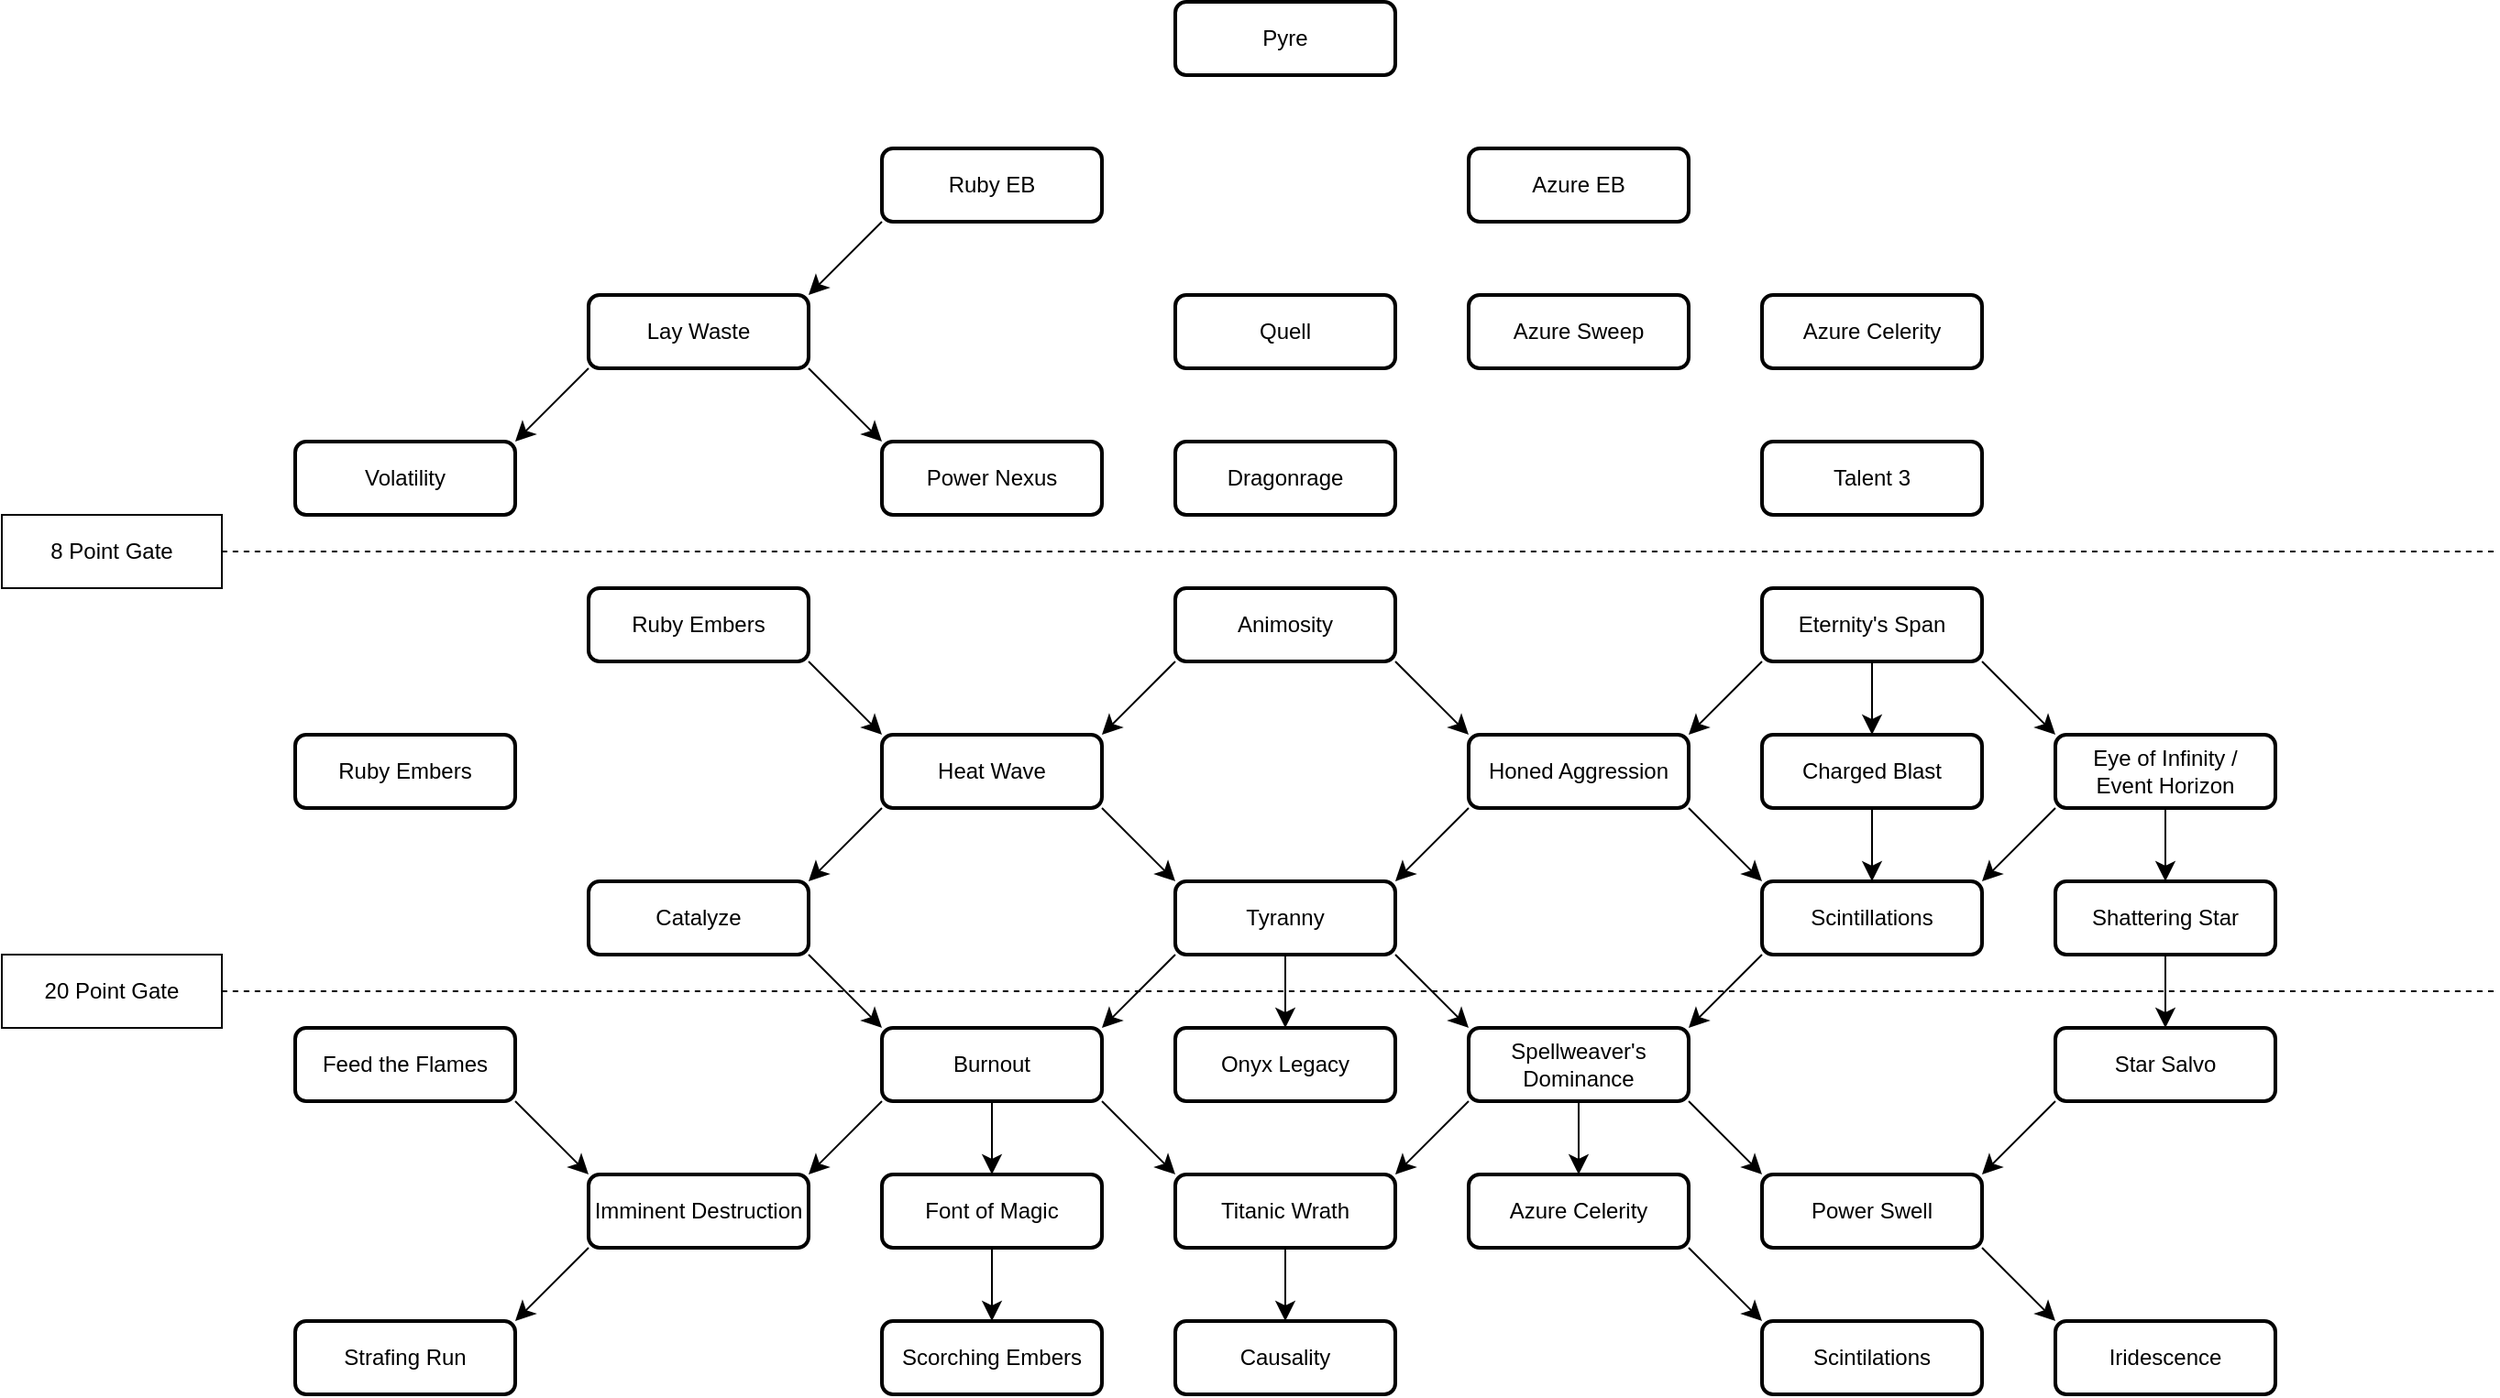
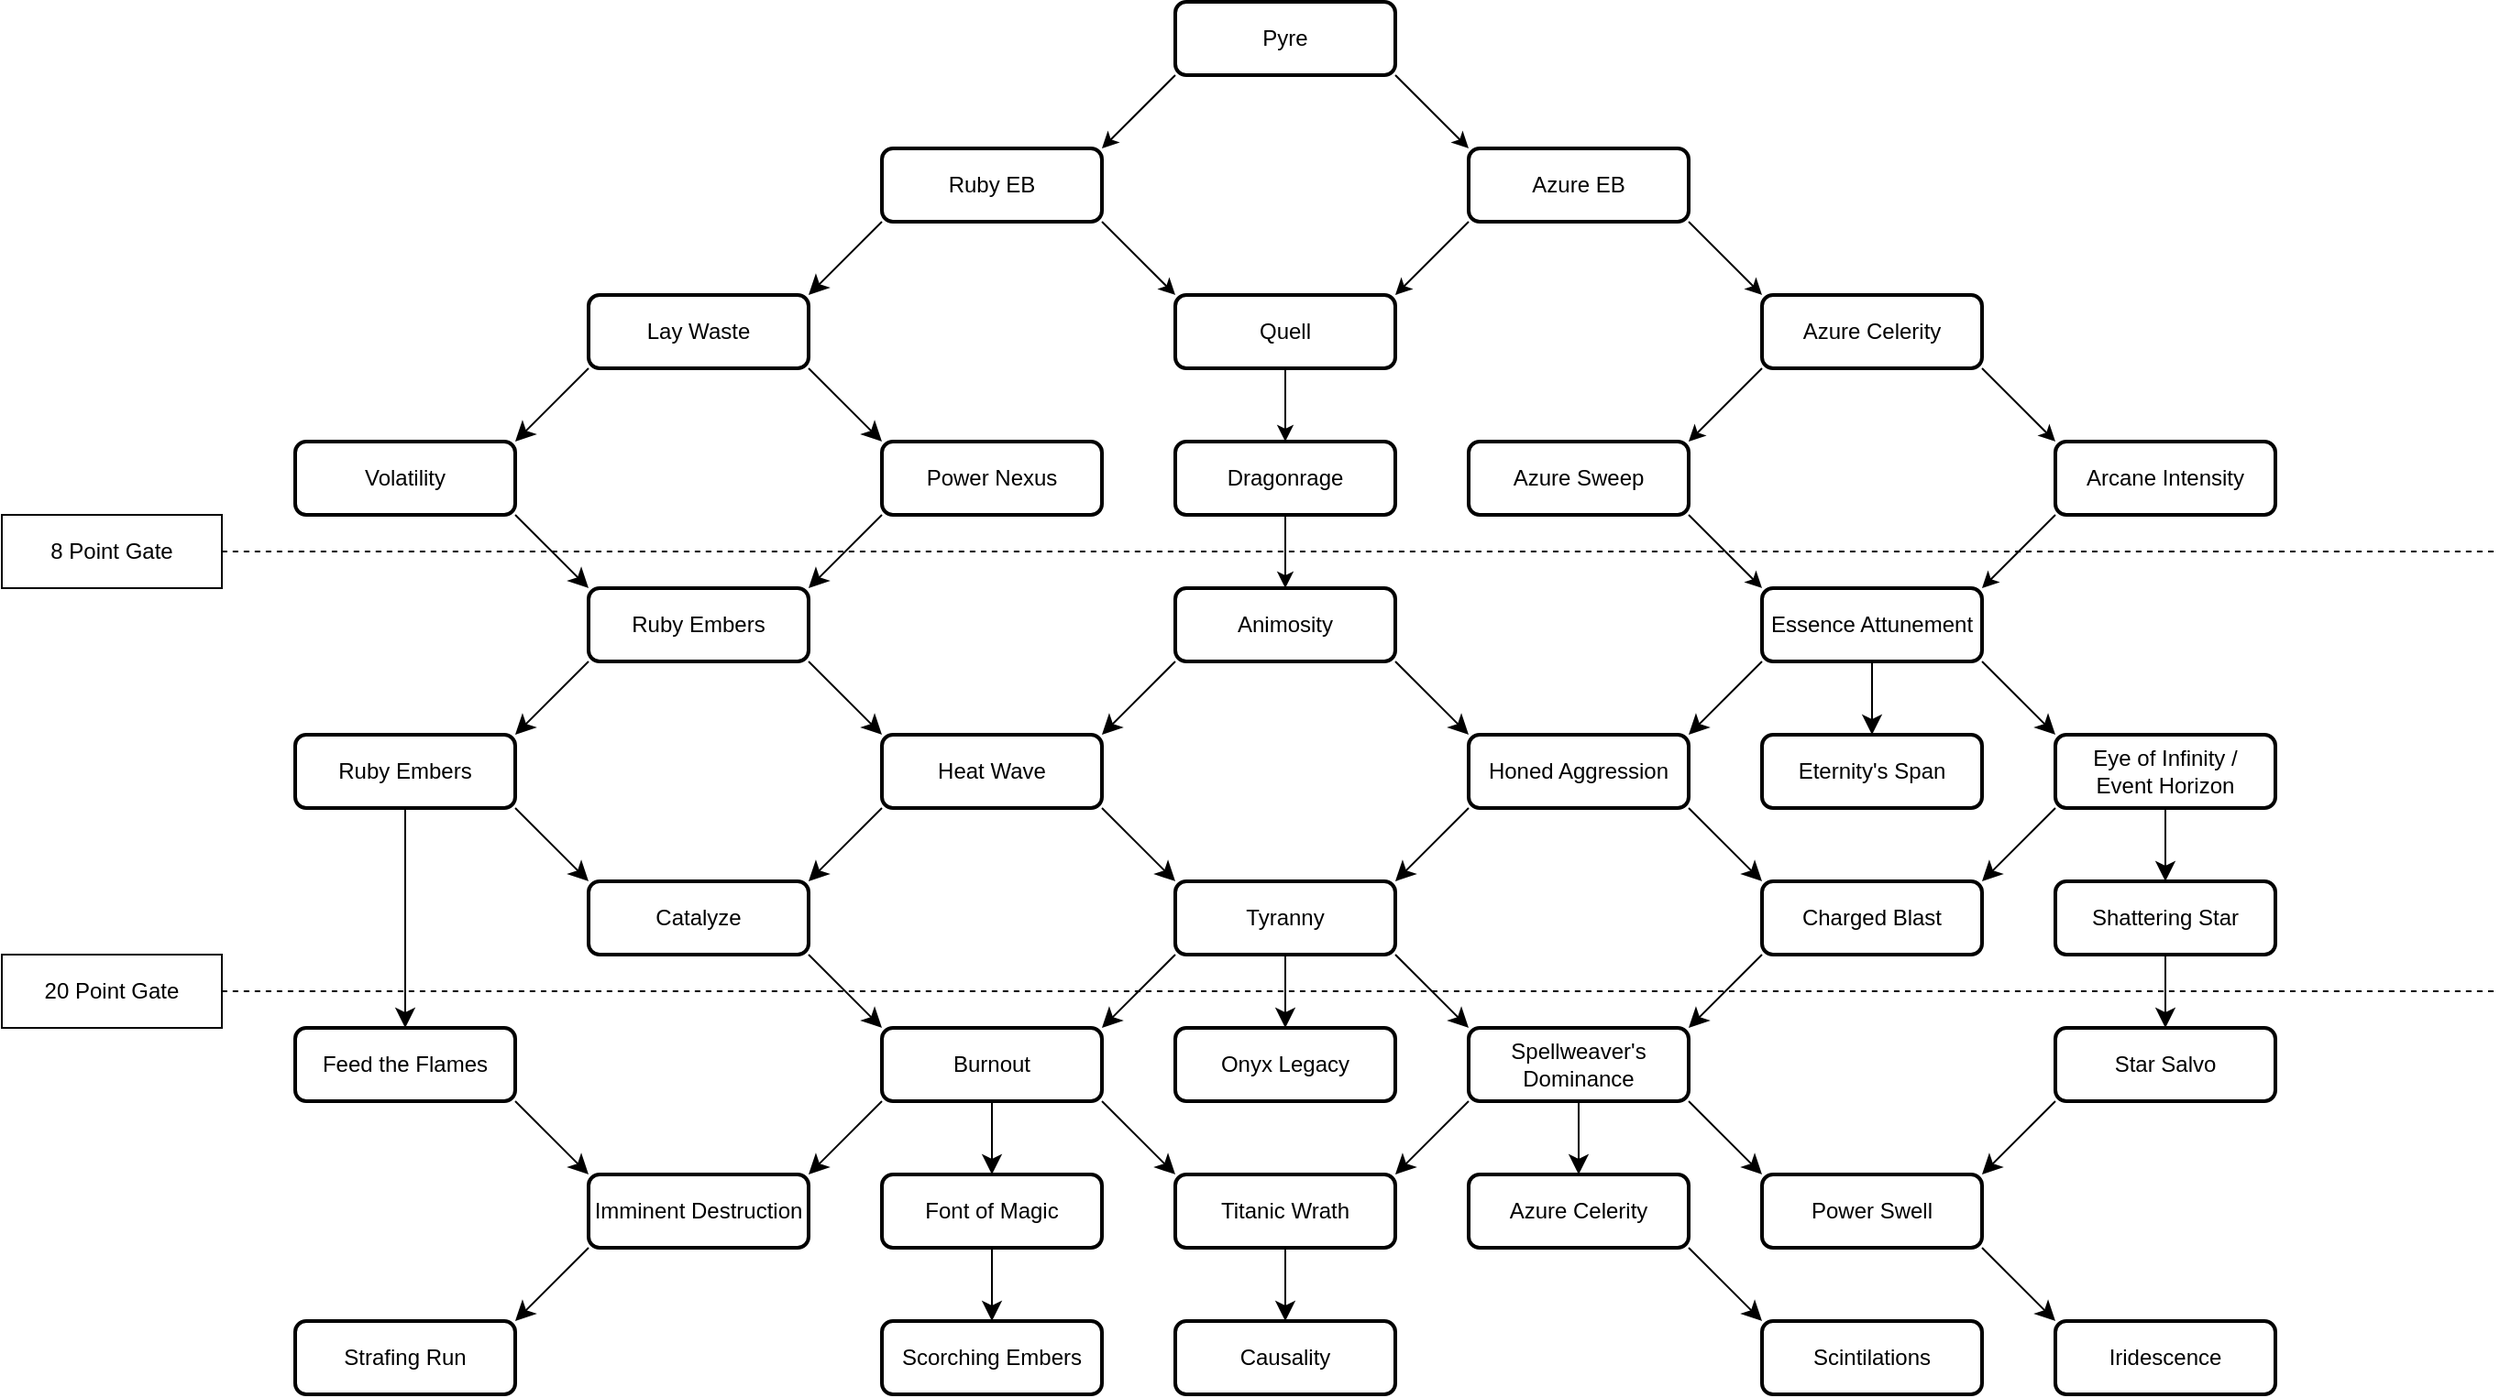
<mxfile host="app.diagrams.net" agent="Mozilla/5.0 (Windows NT 10.0; Win64; x64) AppleWebKit/537.36 (KHTML, like Gecko) Chrome/140.0.0.0 Safari/537.36 OPR/124.0.0.0">
  <diagram name="Page-1" id="hOetuab5Neo2MUPY-Vw1">
-     <mxGraphModel dx="1772" dy="763" grid="0" gridSize="10" guides="1" tooltips="1" connect="1" arrows="1" fold="1" page="0" pageScale="1" pageWidth="850" pageHeight="1100" background="none" math="0" shadow="0">
+     <mxGraphModel dx="1844" dy="803" grid="0" gridSize="10" guides="1" tooltips="1" connect="1" arrows="1" fold="1" page="0" pageScale="1" pageWidth="850" pageHeight="1100" background="none" math="0" shadow="0">
      <root>
        <mxCell id="0" />
        <mxCell id="1" parent="0" />
+         <mxCell id="OIwntdkwLblrr2rhOdX1-7" edge="1" parent="1" source="0f6FQbk-GcDdoWLRAv9r-2" style="rounded=0;orthogonalLoop=1;jettySize=auto;html=1;exitX=1;exitY=1;exitDx=0;exitDy=0;entryX=0;entryY=0;entryDx=0;entryDy=0;" target="0f6FQbk-GcDdoWLRAv9r-29">
+           <mxGeometry relative="1" as="geometry" />
+         </mxCell>
        <mxCell id="0f6FQbk-GcDdoWLRAv9r-2" parent="1" style="rounded=1;whiteSpace=wrap;html=1;strokeColor=light-dark(#000000,#0000FF);strokeWidth=2;" value="Pyre" vertex="1">
          <mxGeometry height="40" width="120" x="320" y="40" as="geometry" />
        </mxCell>
+         <mxCell id="OIwntdkwLblrr2rhOdX1-9" edge="1" parent="1" source="0f6FQbk-GcDdoWLRAv9r-3" style="rounded=0;orthogonalLoop=1;jettySize=auto;html=1;exitX=1;exitY=1;exitDx=0;exitDy=0;entryX=0;entryY=0;entryDx=0;entryDy=0;" target="0f6FQbk-GcDdoWLRAv9r-21">
+           <mxGeometry relative="1" as="geometry" />
+         </mxCell>
        <mxCell id="0f6FQbk-GcDdoWLRAv9r-3" parent="1" style="rounded=1;whiteSpace=wrap;html=1;strokeWidth=2;strokeColor=light-dark(#000000,#000099);" value="Ruby EB" vertex="1">
          <mxGeometry height="40" width="120" x="160" y="120" as="geometry" />
        </mxCell>
        <mxCell id="0f6FQbk-GcDdoWLRAv9r-44" edge="1" parent="1" style="edgeStyle=none;curved=1;rounded=1;orthogonalLoop=1;jettySize=auto;html=1;exitX=1;exitY=1;exitDx=0;exitDy=0;entryX=0;entryY=0;entryDx=0;entryDy=0;fontSize=12;startSize=8;endSize=8;">
          <mxGeometry relative="1" as="geometry">
            <mxPoint x="440" y="560" as="sourcePoint" />
            <mxPoint x="480" y="600" as="targetPoint" />
          </mxGeometry>
        </mxCell>
        <mxCell id="0f6FQbk-GcDdoWLRAv9r-47" edge="1" parent="1" style="edgeStyle=none;curved=1;rounded=1;orthogonalLoop=1;jettySize=auto;html=1;exitX=0;exitY=1;exitDx=0;exitDy=0;entryX=1;entryY=0;entryDx=0;entryDy=0;fontSize=12;startSize=8;endSize=8;">
          <mxGeometry relative="1" as="geometry">
            <mxPoint x="320" y="560" as="sourcePoint" />
            <mxPoint x="280" y="600" as="targetPoint" />
          </mxGeometry>
        </mxCell>
        <mxCell id="0f6FQbk-GcDdoWLRAv9r-58" edge="1" parent="1" style="edgeStyle=none;curved=1;rounded=1;orthogonalLoop=1;jettySize=auto;html=1;exitX=0.5;exitY=1;exitDx=0;exitDy=0;entryX=0.5;entryY=0;entryDx=0;entryDy=0;fontSize=12;startSize=8;endSize=8;" target="p8pHNqXcbaAZnEPRJ2cy-6">
          <mxGeometry relative="1" as="geometry">
            <mxPoint x="540" y="640" as="sourcePoint" />
            <mxPoint x="540" y="680" as="targetPoint" />
          </mxGeometry>
        </mxCell>
        <mxCell id="0f6FQbk-GcDdoWLRAv9r-59" edge="1" parent="1" style="edgeStyle=none;curved=1;rounded=1;orthogonalLoop=1;jettySize=auto;html=1;exitX=1;exitY=1;exitDx=0;exitDy=0;entryX=0;entryY=0;entryDx=0;entryDy=0;fontSize=12;startSize=8;endSize=8;">
          <mxGeometry relative="1" as="geometry">
            <mxPoint x="600" y="640" as="sourcePoint" />
            <mxPoint x="640" y="680" as="targetPoint" />
          </mxGeometry>
        </mxCell>
        <mxCell id="0f6FQbk-GcDdoWLRAv9r-65" edge="1" parent="1" style="edgeStyle=none;curved=1;rounded=1;orthogonalLoop=1;jettySize=auto;html=1;exitX=0;exitY=1;exitDx=0;exitDy=0;entryX=1;entryY=0;entryDx=0;entryDy=0;fontSize=12;startSize=8;endSize=8;">
          <mxGeometry relative="1" as="geometry">
            <mxPoint x="640" y="560" as="sourcePoint" />
            <mxPoint x="600" y="600" as="targetPoint" />
          </mxGeometry>
        </mxCell>
+         <mxCell id="OIwntdkwLblrr2rhOdX1-15" edge="1" parent="1" source="0f6FQbk-GcDdoWLRAv9r-21" style="edgeStyle=none;rounded=0;orthogonalLoop=1;jettySize=auto;html=1;exitX=0.5;exitY=1;exitDx=0;exitDy=0;entryX=0.5;entryY=0;entryDx=0;entryDy=0;" target="0f6FQbk-GcDdoWLRAv9r-22">
+           <mxGeometry relative="1" as="geometry" />
+         </mxCell>
        <mxCell id="0f6FQbk-GcDdoWLRAv9r-21" parent="1" style="rounded=1;whiteSpace=wrap;html=1;strokeWidth=2;strokeColor=light-dark(#000000,#000099);" value="Quell" vertex="1">
          <mxGeometry height="40" width="120" x="320" y="200" as="geometry" />
        </mxCell>
+         <mxCell id="OIwntdkwLblrr2rhOdX1-16" edge="1" parent="1" source="0f6FQbk-GcDdoWLRAv9r-22" style="edgeStyle=none;rounded=0;orthogonalLoop=1;jettySize=auto;html=1;exitX=0.5;exitY=1;exitDx=0;exitDy=0;entryX=0.5;entryY=0;entryDx=0;entryDy=0;" target="0f6FQbk-GcDdoWLRAv9r-23">
+           <mxGeometry relative="1" as="geometry" />
+         </mxCell>
        <mxCell id="0f6FQbk-GcDdoWLRAv9r-22" parent="1" style="rounded=1;whiteSpace=wrap;html=1;strokeWidth=2;strokeColor=light-dark(#000000,#000099);" value="Dragonrage" vertex="1">
          <mxGeometry height="40" width="120" x="320" y="280" as="geometry" />
        </mxCell>
        <mxCell id="0f6FQbk-GcDdoWLRAv9r-23" parent="1" style="rounded=1;whiteSpace=wrap;html=1;strokeColor=light-dark(#000000,#0000FF);strokeWidth=2;" value="Animosity" vertex="1">
          <mxGeometry height="40" width="120" x="320" y="360" as="geometry" />
        </mxCell>
        <mxCell id="0f6FQbk-GcDdoWLRAv9r-66" edge="1" parent="1" style="edgeStyle=none;curved=1;rounded=1;orthogonalLoop=1;jettySize=auto;html=1;exitX=0;exitY=1;exitDx=0;exitDy=0;entryX=1;entryY=0;entryDx=0;entryDy=0;fontSize=12;startSize=8;endSize=8;">
          <mxGeometry relative="1" as="geometry">
            <mxPoint x="640" y="400" as="sourcePoint" />
            <mxPoint x="600" y="440" as="targetPoint" />
          </mxGeometry>
        </mxCell>
        <mxCell id="0f6FQbk-GcDdoWLRAv9r-62" edge="1" parent="1" source="0f6FQbk-GcDdoWLRAv9r-27" style="edgeStyle=none;curved=1;rounded=1;orthogonalLoop=1;jettySize=auto;html=1;exitX=0.5;exitY=1;exitDx=0;exitDy=0;entryX=0.5;entryY=0;entryDx=0;entryDy=0;fontSize=12;startSize=8;endSize=8;" target="p8pHNqXcbaAZnEPRJ2cy-14">
          <mxGeometry relative="1" as="geometry" />
        </mxCell>
        <mxCell id="0f6FQbk-GcDdoWLRAv9r-64" edge="1" parent="1" source="0f6FQbk-GcDdoWLRAv9r-27" style="edgeStyle=none;curved=1;rounded=1;orthogonalLoop=1;jettySize=auto;html=1;exitX=0;exitY=1;exitDx=0;exitDy=0;entryX=1;entryY=0;entryDx=0;entryDy=0;fontSize=12;startSize=8;endSize=8;">
          <mxGeometry relative="1" as="geometry">
            <mxPoint x="760" y="520" as="targetPoint" />
          </mxGeometry>
        </mxCell>
        <mxCell id="0f6FQbk-GcDdoWLRAv9r-27" parent="1" style="rounded=1;whiteSpace=wrap;html=1;strokeWidth=2;strokeColor=light-dark(#000000,#00FF00);" value="Eye of Infinity / &lt;br&gt;Event Horizon" vertex="1">
          <mxGeometry height="40" width="120" x="800" y="440" as="geometry" />
        </mxCell>
        <mxCell id="0f6FQbk-GcDdoWLRAv9r-60" edge="1" parent="1" source="0f6FQbk-GcDdoWLRAv9r-28" style="edgeStyle=none;curved=1;rounded=1;orthogonalLoop=1;jettySize=auto;html=1;exitX=0;exitY=1;exitDx=0;exitDy=0;entryX=1;entryY=0;entryDx=0;entryDy=0;fontSize=12;startSize=8;endSize=8;">
          <mxGeometry relative="1" as="geometry">
            <mxPoint x="760" y="680" as="targetPoint" />
          </mxGeometry>
        </mxCell>
        <mxCell id="0f6FQbk-GcDdoWLRAv9r-28" parent="1" style="rounded=1;whiteSpace=wrap;html=1;strokeColor=light-dark(#000000,#0000FF);strokeWidth=2;" value="Star Salvo" vertex="1">
          <mxGeometry height="40" width="120" x="800" y="600" as="geometry" />
+         </mxCell>
+         <mxCell id="OIwntdkwLblrr2rhOdX1-8" edge="1" parent="1" source="0f6FQbk-GcDdoWLRAv9r-29" style="rounded=0;orthogonalLoop=1;jettySize=auto;html=1;exitX=0;exitY=1;exitDx=0;exitDy=0;entryX=1;entryY=0;entryDx=0;entryDy=0;" target="0f6FQbk-GcDdoWLRAv9r-21">
+           <mxGeometry relative="1" as="geometry" />
+         </mxCell>
+         <mxCell id="OIwntdkwLblrr2rhOdX1-10" edge="1" parent="1" source="0f6FQbk-GcDdoWLRAv9r-29" style="edgeStyle=none;rounded=0;orthogonalLoop=1;jettySize=auto;html=1;exitX=1;exitY=1;exitDx=0;exitDy=0;entryX=0;entryY=0;entryDx=0;entryDy=0;" target="LhPUbgTbJpqGcTxOS-ww-83">
+           <mxGeometry relative="1" as="geometry" />
        </mxCell>
        <mxCell id="0f6FQbk-GcDdoWLRAv9r-29" parent="1" style="rounded=1;whiteSpace=wrap;html=1;strokeWidth=2;strokeColor=light-dark(#000000,#000099);" value="Azure EB" vertex="1">
          <mxGeometry height="40" width="120" x="480" y="120" as="geometry" />
        </mxCell>
        <mxCell id="0f6FQbk-GcDdoWLRAv9r-67" edge="1" parent="1" style="edgeStyle=none;curved=1;rounded=1;orthogonalLoop=1;jettySize=auto;html=1;exitX=1;exitY=1;exitDx=0;exitDy=0;entryX=0;entryY=0;entryDx=0;entryDy=0;fontSize=12;startSize=8;endSize=8;">
          <mxGeometry relative="1" as="geometry">
            <mxPoint x="600" y="480" as="sourcePoint" />
            <mxPoint x="640" y="520" as="targetPoint" />
          </mxGeometry>
        </mxCell>
        <mxCell id="0f6FQbk-GcDdoWLRAv9r-63" edge="1" parent="1" style="edgeStyle=none;curved=1;rounded=1;orthogonalLoop=1;jettySize=auto;html=1;exitX=1;exitY=1;exitDx=0;exitDy=0;entryX=0;entryY=0;entryDx=0;entryDy=0;fontSize=12;startSize=8;endSize=8;" target="0f6FQbk-GcDdoWLRAv9r-27">
          <mxGeometry relative="1" as="geometry">
            <mxPoint x="760" y="400" as="sourcePoint" />
          </mxGeometry>
        </mxCell>
        <mxCell id="LhPUbgTbJpqGcTxOS-ww-34" edge="1" parent="1" style="edgeStyle=none;curved=1;rounded=1;orthogonalLoop=1;jettySize=auto;html=1;exitX=1;exitY=1;exitDx=0;exitDy=0;entryX=0;entryY=0;entryDx=0;entryDy=0;fontSize=12;startSize=8;endSize=8;">
          <mxGeometry relative="1" as="geometry">
            <mxPoint x="280" y="640" as="sourcePoint" />
            <mxPoint x="320" y="680" as="targetPoint" />
          </mxGeometry>
        </mxCell>
        <mxCell id="LhPUbgTbJpqGcTxOS-ww-41" edge="1" parent="1" style="edgeStyle=none;curved=1;rounded=1;orthogonalLoop=1;jettySize=auto;html=1;exitX=0.5;exitY=1;exitDx=0;exitDy=0;fontSize=12;startSize=8;endSize=8;">
          <mxGeometry relative="1" as="geometry">
            <mxPoint x="220" y="640" as="sourcePoint" />
          </mxGeometry>
        </mxCell>
        <mxCell id="LhPUbgTbJpqGcTxOS-ww-33" edge="1" parent="1" style="edgeStyle=none;curved=1;rounded=1;orthogonalLoop=1;jettySize=auto;html=1;exitX=0;exitY=1;exitDx=0;exitDy=0;entryX=1;entryY=0;entryDx=0;entryDy=0;fontSize=12;startSize=8;endSize=8;">
          <mxGeometry relative="1" as="geometry">
            <mxPoint x="480" y="640" as="sourcePoint" />
            <mxPoint x="440" y="680" as="targetPoint" />
          </mxGeometry>
        </mxCell>
        <mxCell id="LhPUbgTbJpqGcTxOS-ww-43" edge="1" parent="1" source="LhPUbgTbJpqGcTxOS-ww-36" style="edgeStyle=none;curved=1;rounded=1;orthogonalLoop=1;jettySize=auto;html=1;exitX=0.5;exitY=1;exitDx=0;exitDy=0;entryX=0.5;entryY=0;entryDx=0;entryDy=0;fontSize=12;startSize=8;endSize=8;" target="LhPUbgTbJpqGcTxOS-ww-42">
          <mxGeometry relative="1" as="geometry" />
        </mxCell>
        <mxCell id="LhPUbgTbJpqGcTxOS-ww-36" parent="1" style="rounded=1;whiteSpace=wrap;html=1;strokeColor=light-dark(#000000,#0000FF);strokeWidth=2;" value="Titanic Wrath" vertex="1">
          <mxGeometry height="40" width="120" x="320" y="680" as="geometry" />
        </mxCell>
        <mxCell id="LhPUbgTbJpqGcTxOS-ww-42" parent="1" style="rounded=1;whiteSpace=wrap;html=1;strokeColor=light-dark(#000000,#0000FF);strokeWidth=2;" value="Causality" vertex="1">
          <mxGeometry height="40" width="120" x="320" y="760" as="geometry" />
        </mxCell>
        <mxCell id="LhPUbgTbJpqGcTxOS-ww-44" parent="1" style="rounded=1;whiteSpace=wrap;html=1;strokeColor=light-dark(#000000,#0000FF);strokeWidth=2;" value="Scintilations" vertex="1">
          <mxGeometry height="40" width="120" x="640" y="760" as="geometry" />
        </mxCell>
        <mxCell id="LhPUbgTbJpqGcTxOS-ww-52" edge="1" parent="1" style="edgeStyle=none;curved=1;rounded=1;orthogonalLoop=1;jettySize=auto;html=1;exitX=0;exitY=1;exitDx=0;exitDy=0;entryX=1;entryY=0;entryDx=0;entryDy=0;fontSize=12;startSize=8;endSize=8;">
          <mxGeometry relative="1" as="geometry">
            <mxPoint x="160" y="480" as="sourcePoint" />
          </mxGeometry>
        </mxCell>
        <mxCell id="LhPUbgTbJpqGcTxOS-ww-53" edge="1" parent="1" style="edgeStyle=none;curved=1;rounded=1;orthogonalLoop=1;jettySize=auto;html=1;exitX=1;exitY=1;exitDx=0;exitDy=0;entryX=0;entryY=0;entryDx=0;entryDy=0;fontSize=12;startSize=8;endSize=8;">
          <mxGeometry relative="1" as="geometry">
            <mxPoint x="160" y="600" as="targetPoint" />
          </mxGeometry>
        </mxCell>
        <mxCell id="LhPUbgTbJpqGcTxOS-ww-56" parent="1" style="rounded=1;whiteSpace=wrap;html=1;strokeColor=light-dark(#000000,#0000FF);strokeWidth=2;" value="Tyranny" vertex="1">
          <mxGeometry height="40" width="120" x="320" y="520" as="geometry" />
        </mxCell>
        <mxCell id="LhPUbgTbJpqGcTxOS-ww-62" edge="1" parent="1" style="endArrow=none;dashed=1;html=1;rounded=1;fontSize=12;startSize=8;endSize=8;curved=1;" value="">
          <mxGeometry height="50" relative="1" width="50" as="geometry">
            <mxPoint x="-200" y="580" as="sourcePoint" />
            <mxPoint x="1040" y="580" as="targetPoint" />
          </mxGeometry>
        </mxCell>
        <mxCell id="LhPUbgTbJpqGcTxOS-ww-64" parent="1" style="rounded=0;whiteSpace=wrap;html=1;" value="20 Point Gate" vertex="1">
          <mxGeometry height="40" width="120" x="-320" y="560" as="geometry" />
        </mxCell>
        <mxCell id="LhPUbgTbJpqGcTxOS-ww-66" edge="1" parent="1" style="endArrow=none;dashed=1;html=1;rounded=1;fontSize=12;startSize=8;endSize=8;curved=1;" value="">
          <mxGeometry height="50" relative="1" width="50" as="geometry">
            <mxPoint x="-200" y="340" as="sourcePoint" />
            <mxPoint x="1040" y="340" as="targetPoint" />
          </mxGeometry>
        </mxCell>
        <mxCell id="LhPUbgTbJpqGcTxOS-ww-67" parent="1" style="rounded=0;whiteSpace=wrap;html=1;" value="8 Point Gate" vertex="1">
          <mxGeometry height="40" width="120" x="-320" y="320" as="geometry" />
        </mxCell>
        <mxCell id="LhPUbgTbJpqGcTxOS-ww-70" parent="1" style="rounded=1;whiteSpace=wrap;html=1;strokeColor=light-dark(#000000,#0000FF);strokeWidth=2;" value="Volatility" vertex="1">
          <mxGeometry height="40" width="120" x="-160" y="280" as="geometry" />
        </mxCell>
+         <mxCell id="OIwntdkwLblrr2rhOdX1-12" edge="1" parent="1" source="LhPUbgTbJpqGcTxOS-ww-75" style="edgeStyle=none;rounded=0;orthogonalLoop=1;jettySize=auto;html=1;exitX=1;exitY=1;exitDx=0;exitDy=0;entryX=0;entryY=0;entryDx=0;entryDy=0;" target="LhPUbgTbJpqGcTxOS-ww-118">
+           <mxGeometry relative="1" as="geometry" />
+         </mxCell>
        <mxCell id="LhPUbgTbJpqGcTxOS-ww-75" parent="1" style="rounded=1;whiteSpace=wrap;html=1;strokeColor=light-dark(#000000,#0000FF);strokeWidth=2;" value="Azure Sweep" vertex="1">
-           <mxGeometry height="40" width="120" x="480" y="200" as="geometry" />
+           <mxGeometry height="40" width="120" x="480" y="280" as="geometry" />
        </mxCell>
        <mxCell id="LhPUbgTbJpqGcTxOS-ww-80" parent="1" style="rounded=1;whiteSpace=wrap;html=1;strokeColor=light-dark(#000000,#0000FF);strokeWidth=2;" value="Power Nexus" vertex="1">
          <mxGeometry height="40" width="120" x="160" y="280" as="geometry" />
        </mxCell>
        <mxCell id="LhPUbgTbJpqGcTxOS-ww-81" parent="1" style="rounded=1;whiteSpace=wrap;html=1;strokeColor=light-dark(#000000,#0000FF);strokeWidth=2;" value="Ruby Embers" vertex="1">
          <mxGeometry height="40" width="120" y="360" as="geometry" />
        </mxCell>
+         <mxCell id="OIwntdkwLblrr2rhOdX1-11" edge="1" parent="1" source="LhPUbgTbJpqGcTxOS-ww-83" style="edgeStyle=none;rounded=0;orthogonalLoop=1;jettySize=auto;html=1;exitX=0;exitY=1;exitDx=0;exitDy=0;entryX=1;entryY=0;entryDx=0;entryDy=0;" target="LhPUbgTbJpqGcTxOS-ww-75">
+           <mxGeometry relative="1" as="geometry" />
+         </mxCell>
+         <mxCell id="OIwntdkwLblrr2rhOdX1-14" edge="1" parent="1" source="LhPUbgTbJpqGcTxOS-ww-83" style="edgeStyle=none;rounded=0;orthogonalLoop=1;jettySize=auto;html=1;exitX=1;exitY=1;exitDx=0;exitDy=0;entryX=0;entryY=0;entryDx=0;entryDy=0;" target="LhPUbgTbJpqGcTxOS-ww-148">
+           <mxGeometry relative="1" as="geometry" />
+         </mxCell>
        <mxCell id="LhPUbgTbJpqGcTxOS-ww-83" parent="1" style="rounded=1;whiteSpace=wrap;html=1;strokeColor=light-dark(#000000,#0000FF);strokeWidth=2;" value="Azure Celerity" vertex="1">
          <mxGeometry height="40" width="120" x="640" y="200" as="geometry" />
        </mxCell>
        <mxCell id="LhPUbgTbJpqGcTxOS-ww-94" parent="1" style="rounded=1;whiteSpace=wrap;html=1;strokeColor=light-dark(#000000,#0000FF);strokeWidth=2;" value="Strafing Run" vertex="1">
          <mxGeometry height="40" width="120" x="-160" y="760" as="geometry" />
        </mxCell>
        <mxCell id="LhPUbgTbJpqGcTxOS-ww-101" edge="1" parent="1" source="LhPUbgTbJpqGcTxOS-ww-97" style="edgeStyle=none;curved=1;rounded=1;orthogonalLoop=1;jettySize=auto;html=1;exitX=0;exitY=1;exitDx=0;exitDy=0;entryX=1;entryY=0;entryDx=0;entryDy=0;fontSize=12;startSize=8;endSize=8;" target="p8pHNqXcbaAZnEPRJ2cy-4">
          <mxGeometry relative="1" as="geometry">
            <mxPoint x="120" y="520" as="targetPoint" />
          </mxGeometry>
        </mxCell>
        <mxCell id="LhPUbgTbJpqGcTxOS-ww-97" parent="1" style="rounded=1;whiteSpace=wrap;html=1;strokeColor=light-dark(#000000,#0000FF);strokeWidth=2;" value="Heat Wave" vertex="1">
          <mxGeometry height="40" width="120" x="160" y="440" as="geometry" />
        </mxCell>
        <mxCell id="LhPUbgTbJpqGcTxOS-ww-109" edge="1" parent="1" source="p8pHNqXcbaAZnEPRJ2cy-3" style="edgeStyle=none;curved=1;rounded=1;orthogonalLoop=1;jettySize=auto;html=1;exitX=1;exitY=1;exitDx=0;exitDy=0;entryX=0;entryY=0;entryDx=0;entryDy=0;fontSize=12;startSize=8;endSize=8;" target="LhPUbgTbJpqGcTxOS-ww-105">
          <mxGeometry relative="1" as="geometry">
            <mxPoint x="-40" y="640" as="sourcePoint" />
          </mxGeometry>
        </mxCell>
        <mxCell id="LhPUbgTbJpqGcTxOS-ww-104" parent="1" style="rounded=1;whiteSpace=wrap;html=1;strokeColor=light-dark(#000000,#0000FF);strokeWidth=2;" value="Scorching Embers" vertex="1">
          <mxGeometry height="40" width="120" x="160" y="760" as="geometry" />
        </mxCell>
        <mxCell id="LhPUbgTbJpqGcTxOS-ww-116" edge="1" parent="1" source="LhPUbgTbJpqGcTxOS-ww-105" style="edgeStyle=none;curved=1;rounded=1;orthogonalLoop=1;jettySize=auto;html=1;exitX=0;exitY=1;exitDx=0;exitDy=0;entryX=1;entryY=0;entryDx=0;entryDy=0;fontSize=12;startSize=8;endSize=8;" target="LhPUbgTbJpqGcTxOS-ww-94">
          <mxGeometry relative="1" as="geometry" />
        </mxCell>
        <mxCell id="LhPUbgTbJpqGcTxOS-ww-105" parent="1" style="rounded=1;whiteSpace=wrap;html=1;strokeColor=light-dark(#000000,#0000FF);strokeWidth=2;" value="Imminent Destruction" vertex="1">
          <mxGeometry height="40" width="120" y="680" as="geometry" />
        </mxCell>
        <mxCell id="LhPUbgTbJpqGcTxOS-ww-114" edge="1" parent="1" source="p8pHNqXcbaAZnEPRJ2cy-4" style="edgeStyle=none;curved=1;rounded=1;orthogonalLoop=1;jettySize=auto;html=1;exitX=1;exitY=1;exitDx=0;exitDy=0;entryX=0;entryY=0;entryDx=0;entryDy=0;fontSize=12;startSize=8;endSize=8;" target="LhPUbgTbJpqGcTxOS-ww-113">
          <mxGeometry relative="1" as="geometry">
            <mxPoint x="95" y="553" as="sourcePoint" />
          </mxGeometry>
        </mxCell>
        <mxCell id="LhPUbgTbJpqGcTxOS-ww-115" edge="1" parent="1" source="LhPUbgTbJpqGcTxOS-ww-113" style="edgeStyle=none;curved=1;rounded=1;orthogonalLoop=1;jettySize=auto;html=1;exitX=0;exitY=1;exitDx=0;exitDy=0;entryX=1;entryY=0;entryDx=0;entryDy=0;fontSize=12;startSize=8;endSize=8;" target="LhPUbgTbJpqGcTxOS-ww-105">
          <mxGeometry relative="1" as="geometry" />
        </mxCell>
        <mxCell id="LhPUbgTbJpqGcTxOS-ww-117" edge="1" parent="1" source="LhPUbgTbJpqGcTxOS-ww-113" style="edgeStyle=none;curved=1;rounded=1;orthogonalLoop=1;jettySize=auto;html=1;exitX=0.5;exitY=1;exitDx=0;exitDy=0;fontSize=12;startSize=8;endSize=8;" target="p8pHNqXcbaAZnEPRJ2cy-8">
          <mxGeometry relative="1" as="geometry" />
        </mxCell>
        <mxCell id="LhPUbgTbJpqGcTxOS-ww-113" parent="1" style="rounded=1;whiteSpace=wrap;html=1;strokeColor=light-dark(#000000,#0000FF);strokeWidth=2;" value="Burnout" vertex="1">
          <mxGeometry height="40" width="120" x="160" y="600" as="geometry" />
        </mxCell>
        <mxCell id="LhPUbgTbJpqGcTxOS-ww-127" edge="1" parent="1" source="LhPUbgTbJpqGcTxOS-ww-118" style="edgeStyle=none;curved=1;rounded=1;orthogonalLoop=1;jettySize=auto;html=1;exitX=0.5;exitY=1;exitDx=0;exitDy=0;entryX=0.5;entryY=0;entryDx=0;entryDy=0;fontSize=12;startSize=8;endSize=8;">
          <mxGeometry relative="1" as="geometry">
            <mxPoint x="700" y="440" as="targetPoint" />
          </mxGeometry>
        </mxCell>
-         <mxCell id="LhPUbgTbJpqGcTxOS-ww-118" parent="1" style="rounded=1;whiteSpace=wrap;html=1;strokeColor=light-dark(#000000,#0000FF);strokeWidth=2;" value="Eternity&#39;s Span" vertex="1">
+         <mxCell id="LhPUbgTbJpqGcTxOS-ww-118" parent="1" style="rounded=1;whiteSpace=wrap;html=1;strokeColor=light-dark(#000000,#0000FF);strokeWidth=2;" value="Essence Attunement" vertex="1">
          <mxGeometry height="40" width="120" x="640" y="360" as="geometry" />
        </mxCell>
        <mxCell id="LhPUbgTbJpqGcTxOS-ww-123" edge="1" parent="1" style="edgeStyle=none;curved=1;rounded=1;orthogonalLoop=1;jettySize=auto;html=1;exitX=1;exitY=1;exitDx=0;exitDy=0;entryX=0;entryY=0;entryDx=0;entryDy=0;fontSize=12;startSize=8;endSize=8;" target="LhPUbgTbJpqGcTxOS-ww-122">
          <mxGeometry relative="1" as="geometry">
            <mxPoint x="760" y="720" as="sourcePoint" />
          </mxGeometry>
        </mxCell>
        <mxCell id="LhPUbgTbJpqGcTxOS-ww-122" parent="1" style="rounded=1;whiteSpace=wrap;html=1;strokeColor=light-dark(#000000,#0000FF);strokeWidth=2;" value="Iridescence" vertex="1">
          <mxGeometry height="40" width="120" x="800" y="760" as="geometry" />
        </mxCell>
        <mxCell id="LhPUbgTbJpqGcTxOS-ww-128" edge="1" parent="1" source="LhPUbgTbJpqGcTxOS-ww-81" style="edgeStyle=none;curved=1;rounded=1;orthogonalLoop=1;jettySize=auto;html=1;exitX=1;exitY=1;exitDx=0;exitDy=0;fontSize=12;startSize=8;endSize=8;entryX=0;entryY=0;entryDx=0;entryDy=0;" target="LhPUbgTbJpqGcTxOS-ww-97">
          <mxGeometry relative="1" as="geometry">
            <mxPoint x="60" y="480" as="sourcePoint" />
            <mxPoint x="44.43396226415098" y="513" as="targetPoint" />
          </mxGeometry>
        </mxCell>
-         <mxCell id="LhPUbgTbJpqGcTxOS-ww-129" edge="1" parent="1" style="edgeStyle=none;curved=1;rounded=1;orthogonalLoop=1;jettySize=auto;html=1;exitX=0.5;exitY=1;exitDx=0;exitDy=0;entryX=0.5;entryY=0;entryDx=0;entryDy=0;fontSize=12;startSize=8;endSize=8;">
-           <mxGeometry relative="1" as="geometry">
-             <mxPoint x="700" y="480" as="sourcePoint" />
-             <mxPoint x="700" y="520" as="targetPoint" />
-           </mxGeometry>
-         </mxCell>
        <mxCell id="LhPUbgTbJpqGcTxOS-ww-133" parent="1" style="rounded=1;whiteSpace=wrap;html=1;strokeColor=light-dark(#000000,#0000FF);strokeWidth=2;" value="Power Swell" vertex="1">
          <mxGeometry height="40" width="120" x="640" y="680" as="geometry" />
        </mxCell>
        <mxCell id="LhPUbgTbJpqGcTxOS-ww-134" parent="1" style="rounded=1;whiteSpace=wrap;html=1;strokeColor=light-dark(#000000,#0000FF);strokeWidth=2;" value="Spellweaver&#39;s Dominance" vertex="1">
          <mxGeometry height="40" width="120" x="480" y="600" as="geometry" />
        </mxCell>
        <mxCell id="LhPUbgTbJpqGcTxOS-ww-142" parent="1" style="rounded=1;whiteSpace=wrap;html=1;strokeColor=light-dark(#000000,#0000FF);strokeWidth=2;" value="Honed Aggression" vertex="1">
          <mxGeometry height="40" width="120" x="480" y="440" as="geometry" />
        </mxCell>
-         <mxCell id="LhPUbgTbJpqGcTxOS-ww-144" parent="1" style="rounded=1;whiteSpace=wrap;html=1;strokeColor=light-dark(#000000,#0000FF);strokeWidth=2;" value="Charged Blast" vertex="1">
+         <mxCell id="LhPUbgTbJpqGcTxOS-ww-144" parent="1" style="rounded=1;whiteSpace=wrap;html=1;strokeColor=light-dark(#000000,#0000FF);strokeWidth=2;" value="Eternity&#39;s Span" vertex="1">
          <mxGeometry height="40" width="120" x="640" y="440" as="geometry" />
        </mxCell>
-         <mxCell id="LhPUbgTbJpqGcTxOS-ww-147" parent="1" style="rounded=1;whiteSpace=wrap;html=1;strokeColor=light-dark(#000000,#0000FF);strokeWidth=2;" value="Scintillations" vertex="1">
+         <mxCell id="LhPUbgTbJpqGcTxOS-ww-147" parent="1" style="rounded=1;whiteSpace=wrap;html=1;strokeColor=light-dark(#000000,#0000FF);strokeWidth=2;" value="Charged Blast" vertex="1">
          <mxGeometry height="40" width="120" x="640" y="520" as="geometry" />
        </mxCell>
-         <mxCell id="LhPUbgTbJpqGcTxOS-ww-148" parent="1" style="rounded=1;whiteSpace=wrap;html=1;strokeColor=light-dark(#000000,#0000FF);strokeWidth=2;" value="Talent 3" vertex="1">
-           <mxGeometry height="40" width="120" x="640" y="280" as="geometry" />
+         <mxCell id="OIwntdkwLblrr2rhOdX1-13" edge="1" parent="1" source="LhPUbgTbJpqGcTxOS-ww-148" style="edgeStyle=none;rounded=0;orthogonalLoop=1;jettySize=auto;html=1;exitX=0;exitY=1;exitDx=0;exitDy=0;entryX=1;entryY=0;entryDx=0;entryDy=0;" target="LhPUbgTbJpqGcTxOS-ww-118">
+           <mxGeometry relative="1" as="geometry" />
+         </mxCell>
+         <mxCell id="LhPUbgTbJpqGcTxOS-ww-148" parent="1" style="rounded=1;whiteSpace=wrap;html=1;strokeColor=light-dark(#000000,#0000FF);strokeWidth=2;" value="Arcane Intensity" vertex="1">
+           <mxGeometry height="40" width="120" x="800" y="280" as="geometry" />
        </mxCell>
        <mxCell id="p8pHNqXcbaAZnEPRJ2cy-1" parent="1" style="rounded=1;whiteSpace=wrap;html=1;strokeColor=light-dark(#000000,#0000FF);strokeWidth=2;" value="Lay Waste" vertex="1">
          <mxGeometry height="40" width="120" y="200" as="geometry" />
        </mxCell>
        <mxCell id="p8pHNqXcbaAZnEPRJ2cy-2" parent="1" style="rounded=1;whiteSpace=wrap;html=1;strokeColor=light-dark(#000000,#0000FF);strokeWidth=2;" value="Onyx Legacy" vertex="1">
          <mxGeometry height="40" width="120" x="320" y="600" as="geometry" />
        </mxCell>
        <mxCell id="p8pHNqXcbaAZnEPRJ2cy-3" parent="1" style="rounded=1;whiteSpace=wrap;html=1;strokeColor=light-dark(#000000,#0000FF);strokeWidth=2;" value="Feed the Flames" vertex="1">
          <mxGeometry height="40" width="120" x="-160" y="600" as="geometry" />
        </mxCell>
        <mxCell id="p8pHNqXcbaAZnEPRJ2cy-4" parent="1" style="rounded=1;whiteSpace=wrap;html=1;strokeColor=light-dark(#000000,#0000FF);strokeWidth=2;" value="Catalyze" vertex="1">
          <mxGeometry height="40" width="120" y="520" as="geometry" />
        </mxCell>
        <mxCell id="p8pHNqXcbaAZnEPRJ2cy-5" edge="1" parent="1" source="LhPUbgTbJpqGcTxOS-ww-56" style="edgeStyle=none;curved=1;rounded=1;orthogonalLoop=1;jettySize=auto;html=1;exitX=0.5;exitY=1;exitDx=0;exitDy=0;fontSize=12;startSize=8;endSize=8;" target="p8pHNqXcbaAZnEPRJ2cy-2">
          <mxGeometry relative="1" as="geometry">
            <mxPoint x="483" y="491" as="sourcePoint" />
            <mxPoint x="483" y="531" as="targetPoint" />
          </mxGeometry>
        </mxCell>
        <mxCell id="p8pHNqXcbaAZnEPRJ2cy-6" parent="1" style="rounded=1;whiteSpace=wrap;html=1;strokeColor=light-dark(#000000,#0000FF);strokeWidth=2;" value="Azure Celerity" vertex="1">
          <mxGeometry height="40" width="120" x="480" y="680" as="geometry" />
        </mxCell>
        <mxCell id="p8pHNqXcbaAZnEPRJ2cy-7" edge="1" parent="1" source="p8pHNqXcbaAZnEPRJ2cy-6" style="edgeStyle=none;curved=1;rounded=1;orthogonalLoop=1;jettySize=auto;html=1;exitX=1;exitY=1;exitDx=0;exitDy=0;entryX=0;entryY=0;entryDx=0;entryDy=0;fontSize=12;startSize=8;endSize=8;" target="LhPUbgTbJpqGcTxOS-ww-44">
          <mxGeometry relative="1" as="geometry">
            <mxPoint x="601" y="768" as="sourcePoint" />
            <mxPoint x="641" y="808" as="targetPoint" />
          </mxGeometry>
        </mxCell>
        <mxCell id="p8pHNqXcbaAZnEPRJ2cy-8" parent="1" style="rounded=1;whiteSpace=wrap;html=1;strokeColor=light-dark(#000000,#0000FF);strokeWidth=2;" value="Font of Magic" vertex="1">
          <mxGeometry height="40" width="120" x="160" y="680" as="geometry" />
        </mxCell>
        <mxCell id="p8pHNqXcbaAZnEPRJ2cy-9" edge="1" parent="1" source="p8pHNqXcbaAZnEPRJ2cy-8" style="edgeStyle=none;curved=1;rounded=1;orthogonalLoop=1;jettySize=auto;html=1;exitX=0.5;exitY=1;exitDx=0;exitDy=0;fontSize=12;startSize=8;endSize=8;entryX=0.5;entryY=0;entryDx=0;entryDy=0;" target="LhPUbgTbJpqGcTxOS-ww-104">
          <mxGeometry relative="1" as="geometry">
            <mxPoint x="209" y="742" as="sourcePoint" />
            <mxPoint x="209" y="782" as="targetPoint" />
          </mxGeometry>
        </mxCell>
        <mxCell id="p8pHNqXcbaAZnEPRJ2cy-10" edge="1" parent="1" source="0f6FQbk-GcDdoWLRAv9r-23" style="edgeStyle=none;curved=1;rounded=1;orthogonalLoop=1;jettySize=auto;html=1;exitX=0;exitY=1;exitDx=0;exitDy=0;fontSize=12;startSize=8;endSize=8;entryX=1;entryY=0;entryDx=0;entryDy=0;" target="LhPUbgTbJpqGcTxOS-ww-97">
          <mxGeometry relative="1" as="geometry">
            <mxPoint x="336" y="437" as="sourcePoint" />
            <mxPoint x="336" y="477" as="targetPoint" />
          </mxGeometry>
        </mxCell>
        <mxCell id="p8pHNqXcbaAZnEPRJ2cy-11" edge="1" parent="1" source="LhPUbgTbJpqGcTxOS-ww-97" style="edgeStyle=none;curved=1;rounded=1;orthogonalLoop=1;jettySize=auto;html=1;exitX=1;exitY=1;exitDx=0;exitDy=0;fontSize=12;startSize=8;endSize=8;entryX=0;entryY=0;entryDx=0;entryDy=0;" target="LhPUbgTbJpqGcTxOS-ww-56">
          <mxGeometry relative="1" as="geometry">
            <mxPoint x="336" y="446" as="sourcePoint" />
            <mxPoint x="336" y="486" as="targetPoint" />
          </mxGeometry>
        </mxCell>
        <mxCell id="p8pHNqXcbaAZnEPRJ2cy-12" edge="1" parent="1" source="0f6FQbk-GcDdoWLRAv9r-23" style="edgeStyle=none;curved=1;rounded=1;orthogonalLoop=1;jettySize=auto;html=1;exitX=1;exitY=1;exitDx=0;exitDy=0;fontSize=12;startSize=8;endSize=8;entryX=0;entryY=0;entryDx=0;entryDy=0;" target="LhPUbgTbJpqGcTxOS-ww-142">
          <mxGeometry relative="1" as="geometry">
            <mxPoint x="413" y="456" as="sourcePoint" />
            <mxPoint x="413" y="496" as="targetPoint" />
          </mxGeometry>
        </mxCell>
        <mxCell id="p8pHNqXcbaAZnEPRJ2cy-13" edge="1" parent="1" source="LhPUbgTbJpqGcTxOS-ww-142" style="edgeStyle=none;curved=1;rounded=1;orthogonalLoop=1;jettySize=auto;html=1;exitX=0;exitY=1;exitDx=0;exitDy=0;fontSize=12;startSize=8;endSize=8;entryX=1;entryY=0;entryDx=0;entryDy=0;" target="LhPUbgTbJpqGcTxOS-ww-56">
          <mxGeometry relative="1" as="geometry">
            <mxPoint x="466" y="501" as="sourcePoint" />
            <mxPoint x="466" y="541" as="targetPoint" />
          </mxGeometry>
        </mxCell>
        <mxCell id="p8pHNqXcbaAZnEPRJ2cy-14" parent="1" style="rounded=1;whiteSpace=wrap;html=1;strokeColor=light-dark(#000000,#0000FF);strokeWidth=2;" value="Shattering Star" vertex="1">
          <mxGeometry height="40" width="120" x="800" y="520" as="geometry" />
        </mxCell>
        <mxCell id="p8pHNqXcbaAZnEPRJ2cy-16" edge="1" parent="1" source="p8pHNqXcbaAZnEPRJ2cy-14" style="edgeStyle=none;curved=1;rounded=1;orthogonalLoop=1;jettySize=auto;html=1;exitX=0.5;exitY=1;exitDx=0;exitDy=0;entryX=0.5;entryY=0;entryDx=0;entryDy=0;fontSize=12;startSize=8;endSize=8;" target="0f6FQbk-GcDdoWLRAv9r-28">
          <mxGeometry relative="1" as="geometry">
            <mxPoint x="1008" y="627" as="sourcePoint" />
            <mxPoint x="1008" y="667" as="targetPoint" />
          </mxGeometry>
        </mxCell>
        <mxCell id="p8pHNqXcbaAZnEPRJ2cy-17" parent="1" style="rounded=1;whiteSpace=wrap;html=1;strokeColor=light-dark(#000000,#0000FF);strokeWidth=2;" value="Ruby Embers" vertex="1">
          <mxGeometry height="40" width="120" x="-160" y="440" as="geometry" />
        </mxCell>
        <mxCell id="p8pHNqXcbaAZnEPRJ2cy-18" edge="1" parent="1" source="0f6FQbk-GcDdoWLRAv9r-3" style="edgeStyle=none;curved=1;rounded=1;orthogonalLoop=1;jettySize=auto;html=1;exitX=0;exitY=1;exitDx=0;exitDy=0;fontSize=12;startSize=8;endSize=8;entryX=1;entryY=0;entryDx=0;entryDy=0;" target="p8pHNqXcbaAZnEPRJ2cy-1">
          <mxGeometry relative="1" as="geometry">
            <mxPoint x="166" y="202" as="sourcePoint" />
            <mxPoint x="206" y="242" as="targetPoint" />
          </mxGeometry>
        </mxCell>
        <mxCell id="p8pHNqXcbaAZnEPRJ2cy-19" edge="1" parent="1" source="p8pHNqXcbaAZnEPRJ2cy-1" style="edgeStyle=none;curved=1;rounded=1;orthogonalLoop=1;jettySize=auto;html=1;exitX=1;exitY=1;exitDx=0;exitDy=0;fontSize=12;startSize=8;endSize=8;entryX=0;entryY=0;entryDx=0;entryDy=0;" target="LhPUbgTbJpqGcTxOS-ww-80">
          <mxGeometry relative="1" as="geometry">
            <mxPoint x="95" y="246" as="sourcePoint" />
            <mxPoint x="135" y="286" as="targetPoint" />
          </mxGeometry>
        </mxCell>
        <mxCell id="p8pHNqXcbaAZnEPRJ2cy-20" edge="1" parent="1" source="p8pHNqXcbaAZnEPRJ2cy-1" style="edgeStyle=none;curved=1;rounded=1;orthogonalLoop=1;jettySize=auto;html=1;exitX=0;exitY=1;exitDx=0;exitDy=0;fontSize=12;startSize=8;endSize=8;entryX=1;entryY=0;entryDx=0;entryDy=0;" target="LhPUbgTbJpqGcTxOS-ww-70">
          <mxGeometry relative="1" as="geometry">
            <mxPoint x="58" y="282" as="sourcePoint" />
            <mxPoint x="98" y="322" as="targetPoint" />
+           </mxGeometry>
+         </mxCell>
+         <mxCell id="OIwntdkwLblrr2rhOdX1-1" edge="1" parent="1" source="LhPUbgTbJpqGcTxOS-ww-70" style="edgeStyle=none;curved=1;rounded=1;orthogonalLoop=1;jettySize=auto;html=1;exitX=1;exitY=1;exitDx=0;exitDy=0;fontSize=12;startSize=8;endSize=8;entryX=0;entryY=0;entryDx=0;entryDy=0;" target="LhPUbgTbJpqGcTxOS-ww-81">
+           <mxGeometry relative="1" as="geometry">
+             <mxPoint x="11" y="314" as="sourcePoint" />
+             <mxPoint x="-29" y="354" as="targetPoint" />
+           </mxGeometry>
+         </mxCell>
+         <mxCell id="OIwntdkwLblrr2rhOdX1-2" edge="1" parent="1" source="LhPUbgTbJpqGcTxOS-ww-80" style="edgeStyle=none;curved=1;rounded=1;orthogonalLoop=1;jettySize=auto;html=1;exitX=0;exitY=1;exitDx=0;exitDy=0;fontSize=12;startSize=8;endSize=8;entryX=1;entryY=0;entryDx=0;entryDy=0;" target="LhPUbgTbJpqGcTxOS-ww-81">
+           <mxGeometry relative="1" as="geometry">
+             <mxPoint x="112" y="327" as="sourcePoint" />
+             <mxPoint x="72" y="367" as="targetPoint" />
+           </mxGeometry>
+         </mxCell>
+         <mxCell id="OIwntdkwLblrr2rhOdX1-3" edge="1" parent="1" source="LhPUbgTbJpqGcTxOS-ww-81" style="edgeStyle=none;curved=1;rounded=1;orthogonalLoop=1;jettySize=auto;html=1;exitX=0;exitY=1;exitDx=0;exitDy=0;fontSize=12;startSize=8;endSize=8;entryX=1;entryY=0;entryDx=0;entryDy=0;" target="p8pHNqXcbaAZnEPRJ2cy-17">
+           <mxGeometry relative="1" as="geometry">
+             <mxPoint x="26" y="406" as="sourcePoint" />
+             <mxPoint x="-14" y="446" as="targetPoint" />
+           </mxGeometry>
+         </mxCell>
+         <mxCell id="OIwntdkwLblrr2rhOdX1-4" edge="1" parent="1" source="p8pHNqXcbaAZnEPRJ2cy-17" style="edgeStyle=none;curved=1;rounded=1;orthogonalLoop=1;jettySize=auto;html=1;exitX=1;exitY=1;exitDx=0;exitDy=0;fontSize=12;startSize=8;endSize=8;entryX=0;entryY=0;entryDx=0;entryDy=0;" target="p8pHNqXcbaAZnEPRJ2cy-4">
+           <mxGeometry relative="1" as="geometry">
+             <mxPoint x="63" y="472" as="sourcePoint" />
+             <mxPoint x="23" y="512" as="targetPoint" />
+           </mxGeometry>
+         </mxCell>
+         <mxCell id="OIwntdkwLblrr2rhOdX1-5" edge="1" parent="1" source="p8pHNqXcbaAZnEPRJ2cy-17" style="edgeStyle=none;curved=1;rounded=1;orthogonalLoop=1;jettySize=auto;html=1;exitX=0.5;exitY=1;exitDx=0;exitDy=0;fontSize=12;startSize=8;endSize=8;entryX=0.5;entryY=0;entryDx=0;entryDy=0;" target="p8pHNqXcbaAZnEPRJ2cy-3">
+           <mxGeometry relative="1" as="geometry">
+             <mxPoint x="-28" y="530" as="sourcePoint" />
+             <mxPoint x="-68" y="570" as="targetPoint" />
+           </mxGeometry>
+         </mxCell>
+         <mxCell id="OIwntdkwLblrr2rhOdX1-6" edge="1" parent="1" source="0f6FQbk-GcDdoWLRAv9r-2" style="edgeStyle=none;curved=1;rounded=1;orthogonalLoop=1;jettySize=auto;html=1;exitX=0;exitY=1;exitDx=0;exitDy=0;fontSize=12;entryX=1;entryY=0;entryDx=0;entryDy=0;" target="0f6FQbk-GcDdoWLRAv9r-3">
+           <mxGeometry relative="1" as="geometry">
+             <mxPoint x="365" y="131" as="sourcePoint" />
+             <mxPoint x="325" y="171" as="targetPoint" />
          </mxGeometry>
        </mxCell>
      </root>
    </mxGraphModel>
  </diagram>
</mxfile>
